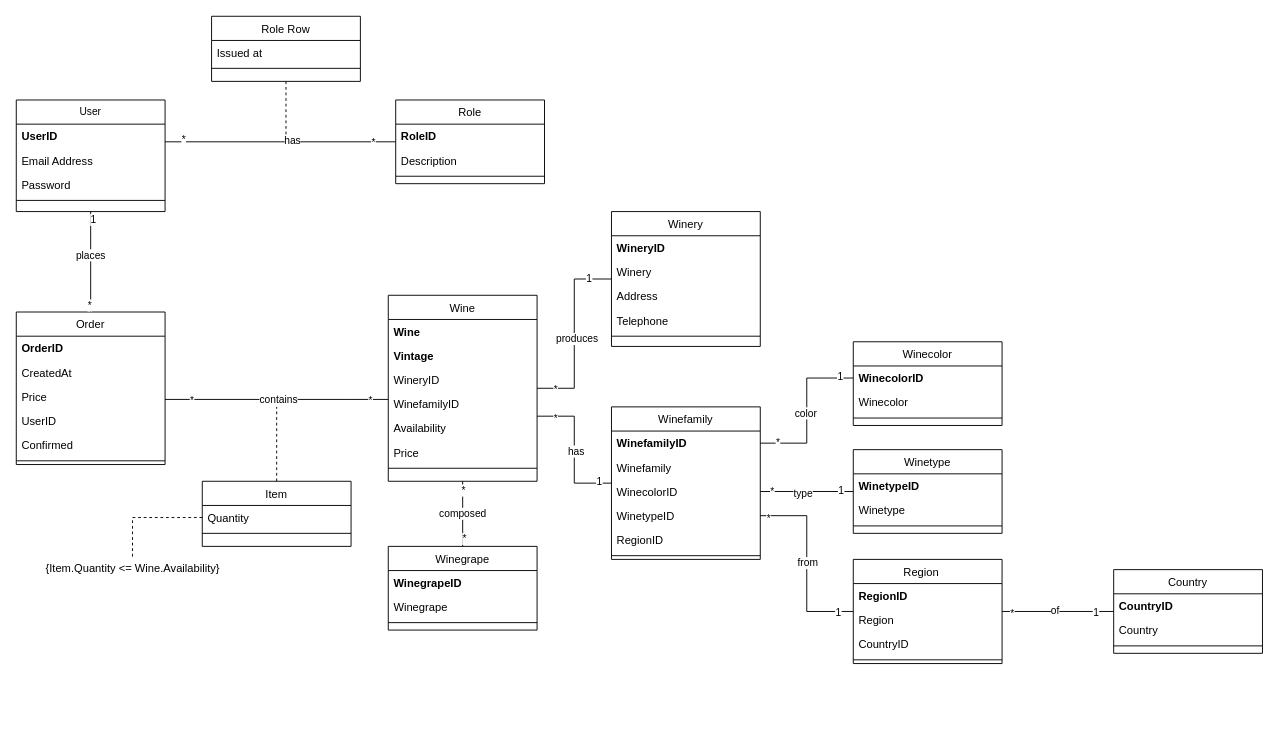
Gprisco/winer-unisa keeps this draw.io diagram as Docs/Requirements Analysis/Diagrams/Class Diagrams/Winer.ClassDiagram.drawio. Above is the earlier version. Source tidied: cells renumbered, new cells numbered last; positions are measured from the earlier drawing's top-left corner, leaving out a move shared by most shapes. Both pictures are drawn from the tidied source at 93%, with x=0, y=0 at pixel (16, 16).
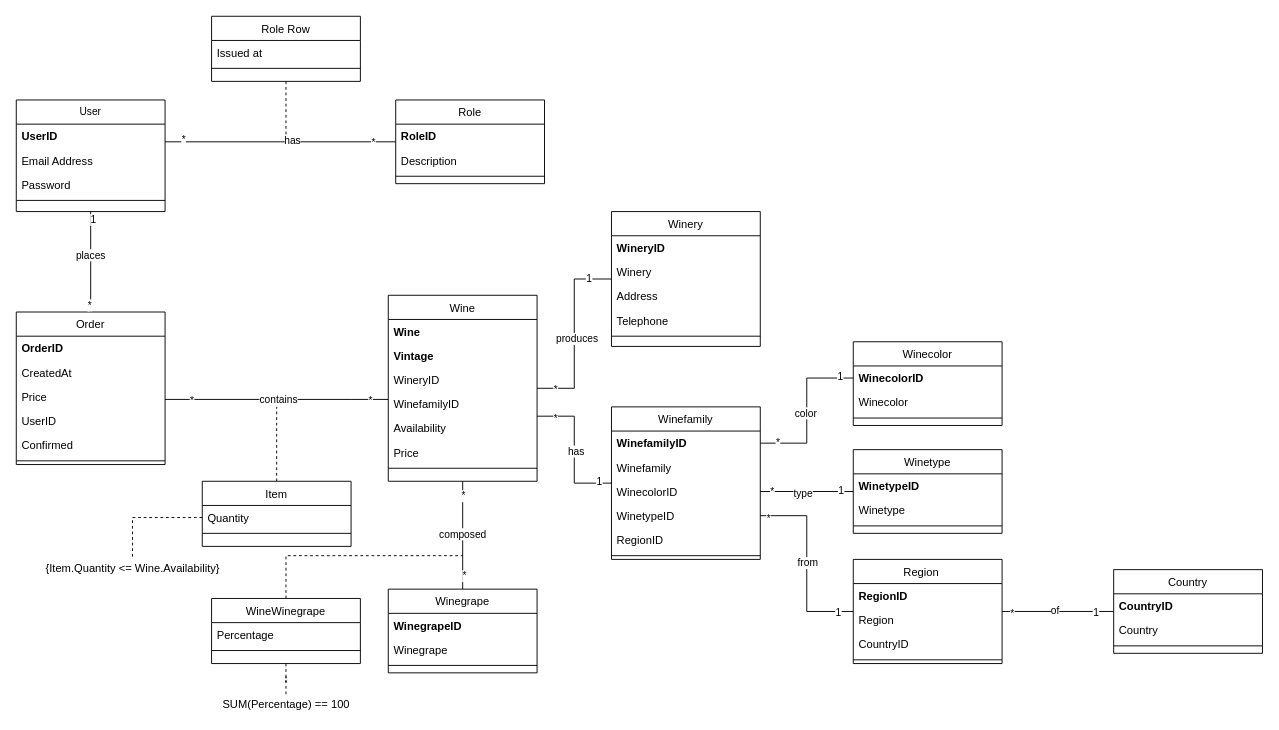
After the change.

Commit message (it also covers changes not shown here):
Fixed Class Diagram in Requirements Analysis

Change to the diagram source:
```diff
@@
     <mxCell id="63" value="Winegrape" style="swimlane;fontStyle=0;align=center;verticalAlign=top;horizontal=1;startSize=26;rounded=0;shadow=0;strokeWidth=1;" parent="1" vertex="1">
-      <mxGeometry x="400" y="570" width="160" height="90" as="geometry" />
+      <mxGeometry x="400" y="616" width="160" height="90" as="geometry" />
     </mxCell>
@@
+    <mxCell id="110" style="edgeStyle=orthogonalEdgeStyle;rounded=0;jettySize=auto;html=1;endArrow=none;endFill=0;dashed=1;" parent="1" edge="1" source="112">
+      <mxGeometry relative="1" as="geometry">
+        <mxPoint x="480" y="580" as="targetPoint" />
+        <Array as="points">
+          <mxPoint x="290" y="580" />
+          <mxPoint x="480" y="580" />
+        </Array>
+      </mxGeometry>
+    </mxCell>
+    <mxCell id="111" style="edgeStyle=orthogonalEdgeStyle;rounded=0;jettySize=auto;html=1;dashed=1;endArrow=none;endFill=0;" parent="1" edge="1" source="112" target="115">
+      <mxGeometry relative="1" as="geometry" />
+    </mxCell>
+    <mxCell id="112" value="WineWinegrape" style="swimlane;fontStyle=0;align=center;verticalAlign=top;horizontal=1;startSize=26;rounded=0;shadow=0;strokeWidth=1;" parent="1" vertex="1">
+      <mxGeometry x="210" y="626" width="160" height="70" as="geometry" />
+    </mxCell>
+    <mxCell id="113" value="Percentage" style="text;align=left;verticalAlign=top;spacingLeft=4;spacingRight=4;overflow=hidden;fontStyle=0;" parent="112" vertex="1">
+      <mxGeometry y="26" width="160" height="26" as="geometry" />
+    </mxCell>
+    <mxCell id="114" style="line;html=1;strokeWidth=1;align=left;verticalAlign=middle;spacingTop=-1;spacingLeft=3;spacingRight=3;labelPosition=right;" parent="112" vertex="1">
+      <mxGeometry y="52" width="160" height="8" as="geometry" />
+    </mxCell>
+    <mxCell id="115" value="SUM(Percentage) == 100" style="text;html=1;align=center;verticalAlign=middle;points=[];strokeColor=none;fillColor=none;" parent="1" vertex="1">
+      <mxGeometry x="215" y="730" width="150" height="20" as="geometry" />
+    </mxCell>
```
